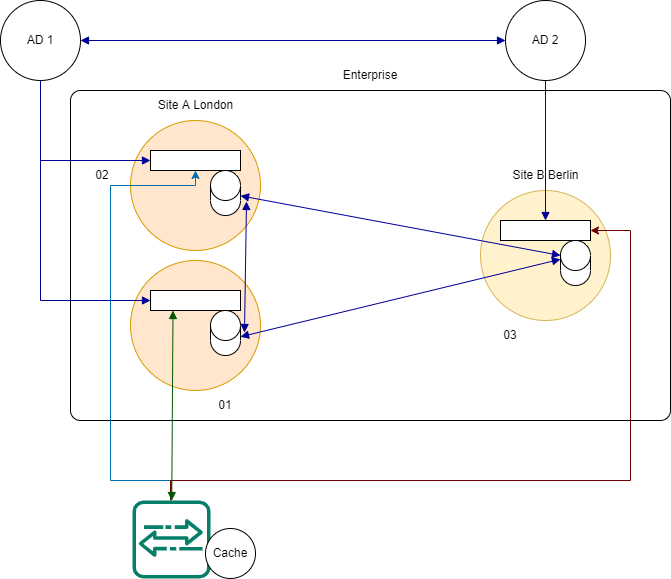
The draw.io diagram images/Imprivata.drawio.png in Radriverron/radriverron.github.io, before a commit. Source tidied: cells renumbered, new cells last; positions are measured from the earlier drawing's top-left corner, leaving out a move shared by most shapes.
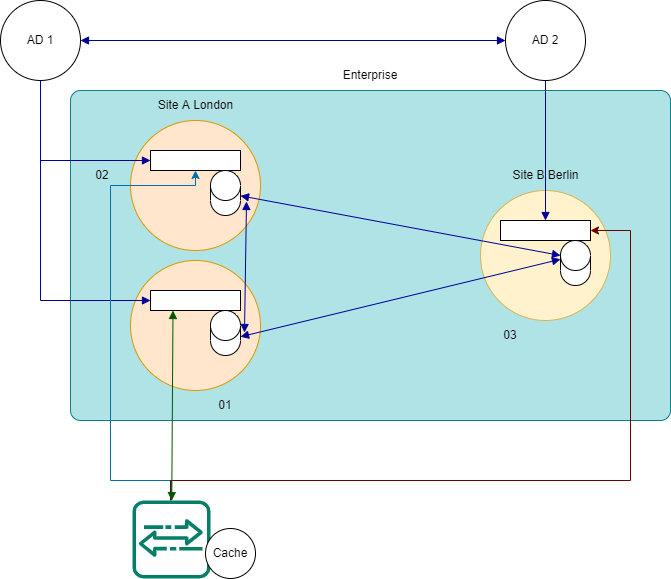
The same diagram one commit later.

Change to the diagram source:
```diff
@@ -2,7 +2,7 @@
   <root>
     <mxCell id="0" />
     <mxCell id="1" parent="0" />
-    <mxCell id="2" style="rounded=1;whiteSpace=wrap;html=1;absoluteArcSize=1;" parent="1" vertex="1">
+    <mxCell id="2" style="rounded=1;whiteSpace=wrap;html=1;absoluteArcSize=1;fillColor=#b0e3e6;strokeColor=#0e8088;" parent="1" vertex="1">
       <mxGeometry x="70" y="90" width="600" height="330" as="geometry" />
     </mxCell>
     <mxCell id="3" style="ellipse;whiteSpace=wrap;html=1;fillColor=#ffe6cc;strokeColor=#d79b00;" parent="1" vertex="1">
```
